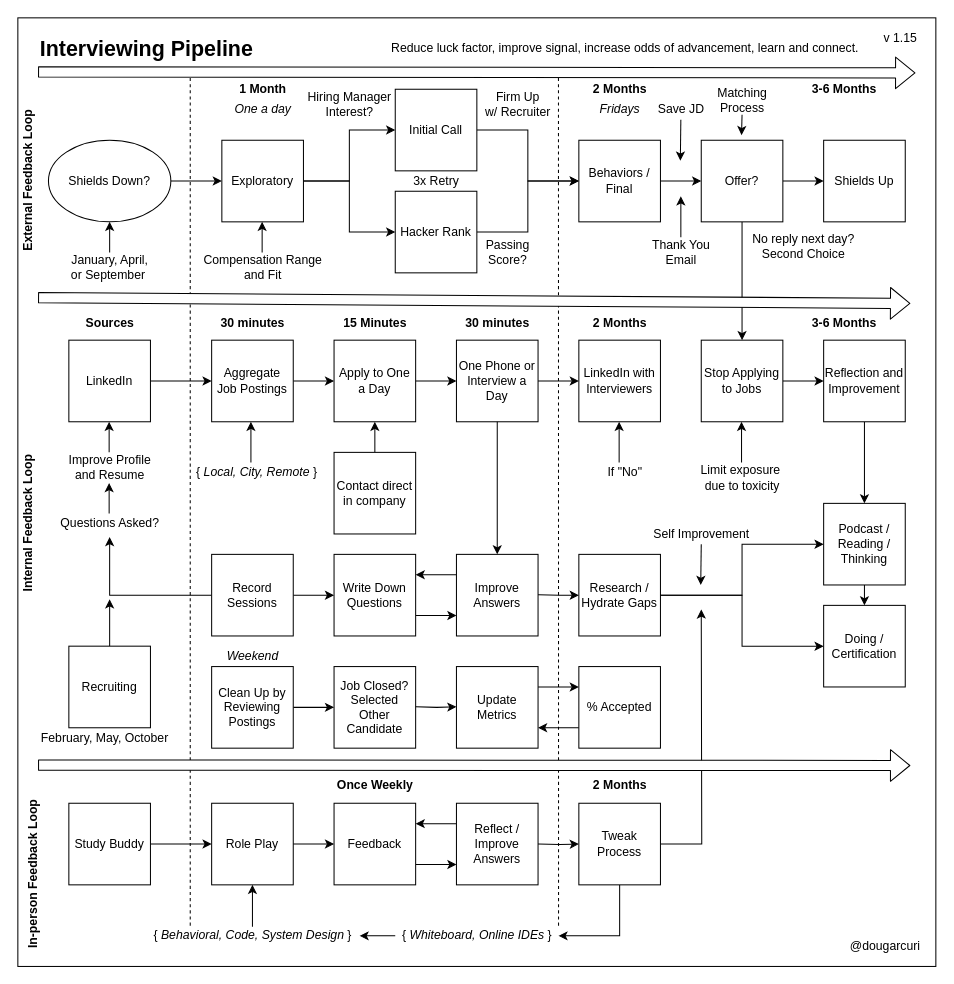
This is interviews/diagrams/interviewing-pipeline.drawio from solidi/learning-notes, a draw.io file, before an edit. Source tidied: cells renumbered, new cells numbered last; positions are measured from the earlier drawing's top-left corner, leaving out a move shared by most shapes. Both pictures are drawn from the tidied source at 102%, with x=0, y=0 at pixel (-49, 17).
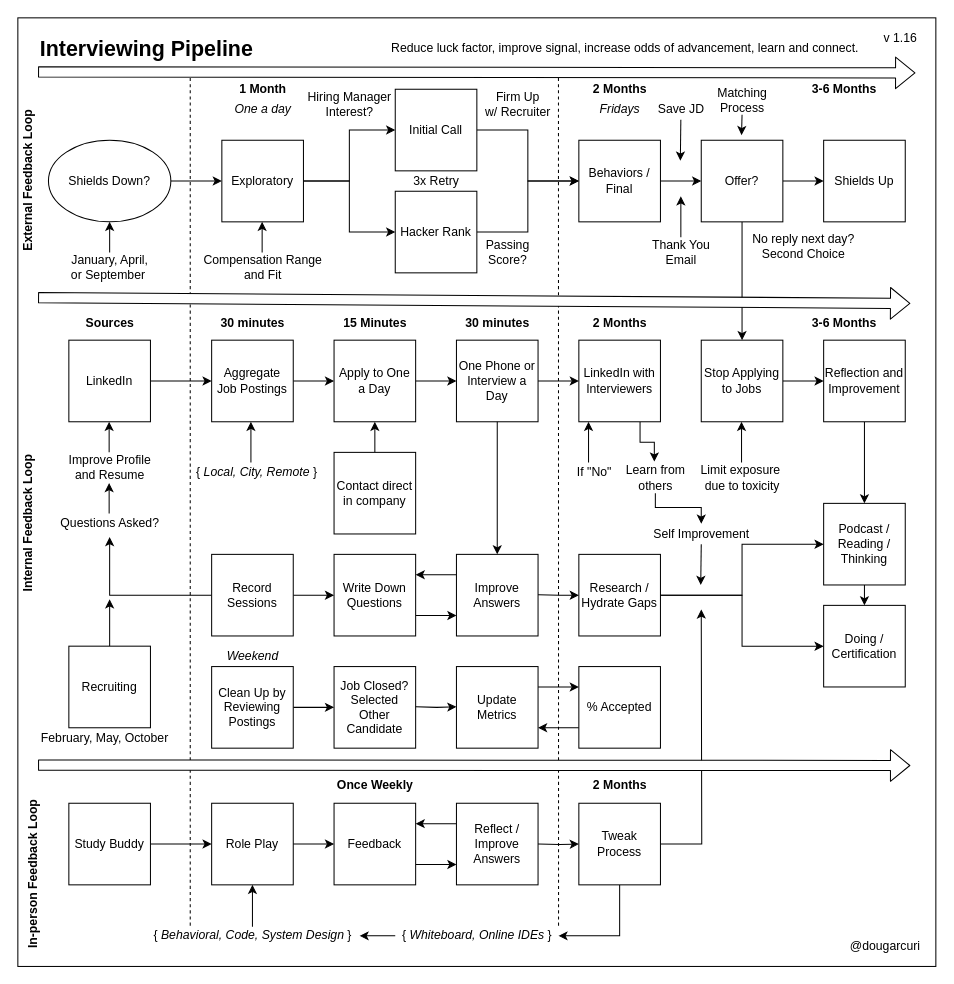
After the change.

Commit message (it also covers changes not shown here):
Capture the learning from others after interviewing

The change refers to these unchanged cells:
```xml
<mxCell id="34" value="LinkedIn with Interviewers" style="whiteSpace=wrap;html=1;" parent="1" vertex="1">
  <mxGeometry x="615" y="316" width="80" height="80" as="geometry" />
</mxCell>
<mxCell id="112" value="Self Improvement" style="text;html=1;align=center;verticalAlign=middle;points=[];" parent="1" vertex="1">
  <mxGeometry x="680" y="496" width="110" height="20" as="geometry" />
</mxCell>
```

Change to the diagram source:
```diff
@@
+    <mxCell id="128" style="edgeStyle=orthogonalEdgeStyle;rounded=0;jettySize=auto;html=1;exitX=0.75;exitY=1;exitDx=0;exitDy=0;entryX=0.486;entryY=-0.033;entryDx=0;entryDy=0;entryPerimeter=0;" parent="1" edge="1" source="34" target="130">
+      <mxGeometry relative="1" as="geometry" />
+    </mxCell>
@@
-    <mxCell id="48" value="v 1.15" style="text;html=1;align=center;verticalAlign=middle;" parent="1" vertex="1">
+    <mxCell id="48" value="v 1.16" style="text;html=1;align=center;verticalAlign=middle;" parent="1" vertex="1">
       <mxGeometry x="905" y="10" width="50" height="20" as="geometry" />
     </mxCell>
@@
     <mxCell id="89" style="endArrow=classic;html=1;" parent="1" edge="1">
       <mxGeometry relative="1" as="geometry">
-        <mxPoint x="654.5" y="436" as="sourcePoint" />
-        <mxPoint x="654.5" y="396" as="targetPoint" />
+        <mxPoint x="624.5" y="436" as="sourcePoint" />
+        <mxPoint x="624.5" y="396" as="targetPoint" />
       </mxGeometry>
     </mxCell>
     <mxCell id="90" value="If &quot;No&quot;" style="text;html=1;align=center;verticalAlign=middle;" parent="1" vertex="1">
-      <mxGeometry x="635" y="436" width="50" height="20" as="geometry" />
+      <mxGeometry x="605" y="436" width="50" height="20" as="geometry" />
     </mxCell>
@@
+    <mxCell id="129" style="edgeStyle=orthogonalEdgeStyle;rounded=0;jettySize=auto;html=1;" parent="1" edge="1" source="130" target="112">
+      <mxGeometry relative="1" as="geometry">
+        <Array as="points">
+          <mxPoint x="690" y="480" />
+          <mxPoint x="735" y="480" />
+        </Array>
+      </mxGeometry>
+    </mxCell>
+    <mxCell id="130" value="Learn from&lt;br&gt;others" style="text;html=1;align=center;verticalAlign=middle;points=[];" parent="1" vertex="1">
+      <mxGeometry x="655" y="436" width="70" height="30" as="geometry" />
+    </mxCell>
```
